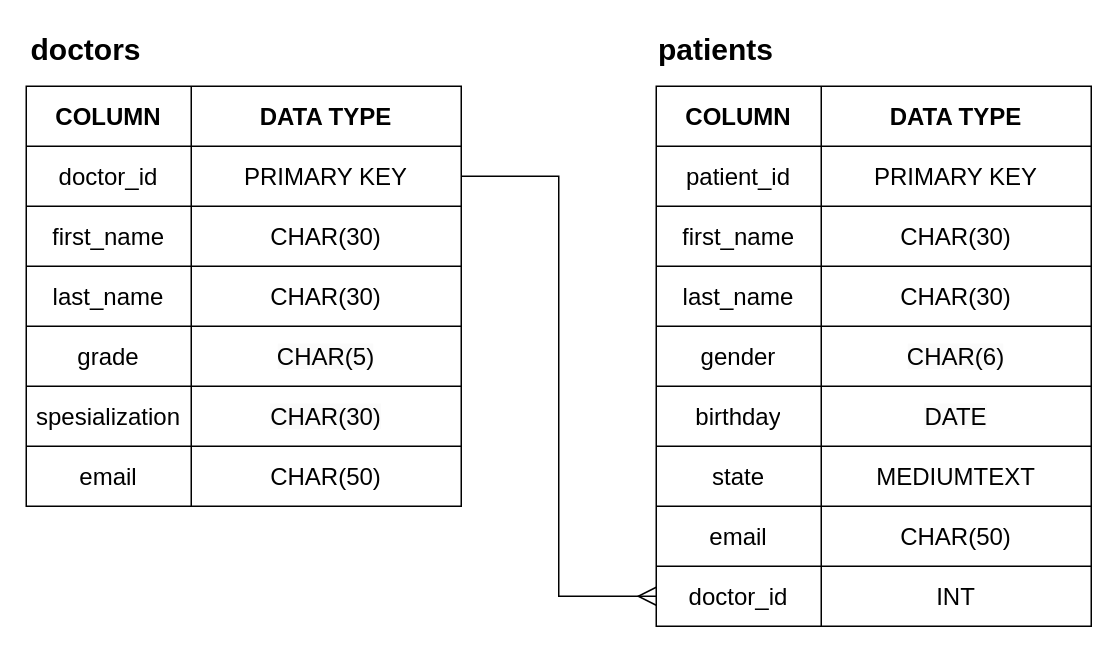
Earlier version of the draw.io diagram page "DB schema" (7 of 7) of documentation/micropeutist drawio.drawio (DmytroY/EPAM_Flask). Source tidied: cells renumbered, new cells numbered last; positions are measured from the earlier drawing's top-left corner, leaving out a move shared by most shapes. Both pictures are drawn from the tidied source at 150%, with x=0, y=0 at pixel (26, 26).
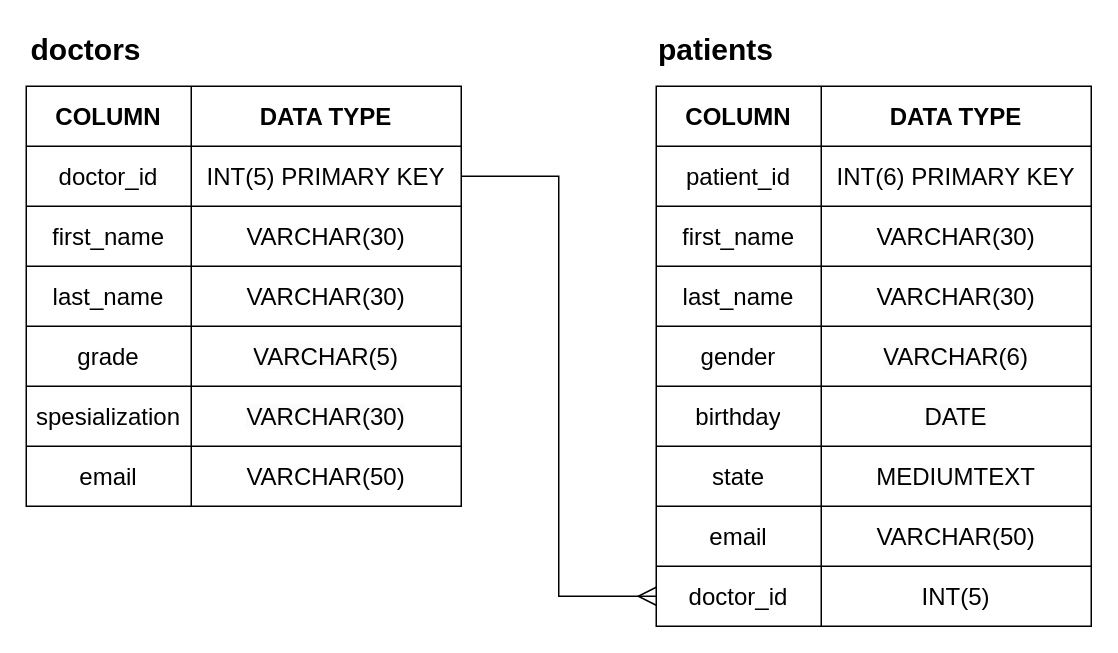
The same diagram, later.

Commit message:
Оновлення micropeutist drawio

Unchanged cells that the change refers to:
```xml
<mxCell id="6" style="shape=tableRow;horizontal=0;startSize=0;swimlaneHead=0;swimlaneBody=0;strokeColor=inherit;top=0;left=0;bottom=0;right=0;fillColor=none;points=[[0,0.5],[1,0.5]];portConstraint=eastwest;fontSize=16;sketch=1;hachureGap=4;jiggle=2;curveFitting=1;fontFamily=Helvetica;" parent="2" vertex="1">
  <mxGeometry y="40" width="290" height="40" as="geometry" />
</mxCell>
<mxCell id="9" style="shape=tableRow;horizontal=0;startSize=0;swimlaneHead=0;swimlaneBody=0;strokeColor=inherit;top=0;left=0;bottom=0;right=0;fillColor=none;fontSize=16;sketch=1;hachureGap=4;jiggle=2;curveFitting=1;fontFamily=Helvetica;" parent="2" vertex="1">
  <mxGeometry y="80" width="290" height="40" as="geometry" />
</mxCell>
<mxCell id="12" style="shape=tableRow;horizontal=0;startSize=0;swimlaneHead=0;swimlaneBody=0;strokeColor=inherit;top=0;left=0;bottom=0;right=0;fillColor=none;fontSize=16;sketch=1;hachureGap=4;jiggle=2;curveFitting=1;fontFamily=Helvetica;" parent="2" vertex="1">
  <mxGeometry y="120" width="290" height="40" as="geometry" />
</mxCell>
<mxCell id="15" style="shape=tableRow;horizontal=0;startSize=0;swimlaneHead=0;swimlaneBody=0;strokeColor=inherit;top=0;left=0;bottom=0;right=0;fillColor=none;fontSize=16;sketch=1;hachureGap=4;jiggle=2;curveFitting=1;fontFamily=Helvetica;" parent="2" vertex="1">
  <mxGeometry y="160" width="290" height="40" as="geometry" />
</mxCell>
<mxCell id="18" style="shape=tableRow;horizontal=0;startSize=0;swimlaneHead=0;swimlaneBody=0;strokeColor=inherit;top=0;left=0;bottom=0;right=0;fillColor=none;fontSize=16;sketch=1;hachureGap=4;jiggle=2;curveFitting=1;fontFamily=Helvetica;" parent="2" vertex="1">
  <mxGeometry y="200" width="290" height="40" as="geometry" />
</mxCell>
<mxCell id="21" style="shape=tableRow;horizontal=0;startSize=0;swimlaneHead=0;swimlaneBody=0;strokeColor=inherit;top=0;left=0;bottom=0;right=0;fillColor=none;fontSize=16;sketch=1;hachureGap=4;jiggle=2;curveFitting=1;fontFamily=Helvetica;" parent="2" vertex="1">
  <mxGeometry y="240" width="290" height="40" as="geometry" />
</mxCell>
<mxCell id="29" style="shape=tableRow;horizontal=0;startSize=0;swimlaneHead=0;swimlaneBody=0;strokeColor=inherit;top=0;left=0;bottom=0;right=0;fillColor=none;fontSize=16;sketch=1;hachureGap=4;jiggle=2;curveFitting=1;fontFamily=Helvetica;" parent="25" vertex="1">
  <mxGeometry y="40" width="290" height="40" as="geometry" />
</mxCell>
<mxCell id="32" style="shape=tableRow;horizontal=0;startSize=0;swimlaneHead=0;swimlaneBody=0;strokeColor=inherit;top=0;left=0;bottom=0;right=0;fillColor=none;fontSize=16;sketch=1;hachureGap=4;jiggle=2;curveFitting=1;fontFamily=Helvetica;" parent="25" vertex="1">
  <mxGeometry y="80" width="290" height="40" as="geometry" />
</mxCell>
<mxCell id="35" style="shape=tableRow;horizontal=0;startSize=0;swimlaneHead=0;swimlaneBody=0;strokeColor=inherit;top=0;left=0;bottom=0;right=0;fillColor=none;fontSize=16;sketch=1;hachureGap=4;jiggle=2;curveFitting=1;fontFamily=Helvetica;" parent="25" vertex="1">
  <mxGeometry y="120" width="290" height="40" as="geometry" />
</mxCell>
<mxCell id="38" style="shape=tableRow;horizontal=0;startSize=0;swimlaneHead=0;swimlaneBody=0;strokeColor=inherit;top=0;left=0;bottom=0;right=0;fillColor=none;fontSize=16;sketch=1;hachureGap=4;jiggle=2;curveFitting=1;fontFamily=Helvetica;" parent="25" vertex="1">
  <mxGeometry y="160" width="290" height="40" as="geometry" />
</mxCell>
<mxCell id="47" style="shape=tableRow;horizontal=0;startSize=0;swimlaneHead=0;swimlaneBody=0;strokeColor=inherit;top=0;left=0;bottom=0;right=0;fillColor=none;fontSize=16;sketch=1;hachureGap=4;jiggle=2;curveFitting=1;fontFamily=Helvetica;" parent="25" vertex="1">
  <mxGeometry y="280" width="290" height="40" as="geometry" />
</mxCell>
<mxCell id="50" style="shape=tableRow;horizontal=0;startSize=0;swimlaneHead=0;swimlaneBody=0;strokeColor=inherit;top=0;left=0;bottom=0;right=0;fillColor=none;points=[[0,0.5],[1,0.5]];portConstraint=eastwest;fontSize=16;sketch=1;hachureGap=4;jiggle=2;curveFitting=1;fontFamily=Helvetica;" parent="25" vertex="1">
  <mxGeometry y="320" width="290" height="40" as="geometry" />
</mxCell>
```

What changed in the source:
```diff
@@
-    <mxCell id="8" value="PRIMARY KEY" style="shape=partialRectangle;html=1;whiteSpace=wrap;strokeColor=inherit;overflow=hidden;fillColor=none;top=0;left=0;bottom=0;right=0;fontSize=16;sketch=1;hachureGap=4;jiggle=2;curveFitting=1;fontFamily=Helvetica;" parent="6" vertex="1">
+    <mxCell id="8" value="INT(5) PRIMARY KEY" style="shape=partialRectangle;html=1;whiteSpace=wrap;strokeColor=inherit;overflow=hidden;fillColor=none;top=0;left=0;bottom=0;right=0;fontSize=16;sketch=1;hachureGap=4;jiggle=2;curveFitting=1;fontFamily=Helvetica;" parent="6" vertex="1">
       <mxGeometry x="110" width="180" height="40" as="geometry" />
     </mxCell>
@@
-    <mxCell id="11" value="CHAR(30)" style="shape=partialRectangle;html=1;whiteSpace=wrap;strokeColor=inherit;overflow=hidden;fillColor=none;top=0;left=0;bottom=0;right=0;fontSize=16;sketch=1;hachureGap=4;jiggle=2;curveFitting=1;fontFamily=Helvetica;" parent="9" vertex="1">
+    <mxCell id="11" value="VARCHAR(30)" style="shape=partialRectangle;html=1;whiteSpace=wrap;strokeColor=inherit;overflow=hidden;fillColor=none;top=0;left=0;bottom=0;right=0;fontSize=16;sketch=1;hachureGap=4;jiggle=2;curveFitting=1;fontFamily=Helvetica;" parent="9" vertex="1">
       <mxGeometry x="110" width="180" height="40" as="geometry" />
     </mxCell>
@@
-    <mxCell id="14" value="CHAR(30)" style="shape=partialRectangle;html=1;whiteSpace=wrap;strokeColor=inherit;overflow=hidden;fillColor=none;top=0;left=0;bottom=0;right=0;fontSize=16;sketch=1;hachureGap=4;jiggle=2;curveFitting=1;fontFamily=Helvetica;" parent="12" vertex="1">
+    <mxCell id="14" value="VARCHAR(30)" style="shape=partialRectangle;html=1;whiteSpace=wrap;strokeColor=inherit;overflow=hidden;fillColor=none;top=0;left=0;bottom=0;right=0;fontSize=16;sketch=1;hachureGap=4;jiggle=2;curveFitting=1;fontFamily=Helvetica;" parent="12" vertex="1">
       <mxGeometry x="110" width="180" height="40" as="geometry" />
     </mxCell>
@@
-    <mxCell id="17" value="&lt;span style=&quot;color: rgb(0, 0, 0); font-family: Helvetica; font-size: 16px; font-style: normal; font-variant-ligatures: normal; font-variant-caps: normal; font-weight: 400; letter-spacing: normal; orphans: 2; text-align: center; text-indent: 0px; text-transform: none; widows: 2; word-spacing: 0px; -webkit-text-stroke-width: 0px; background-color: rgb(251, 251, 251); text-decoration-thickness: initial; text-decoration-style: initial; text-decoration-color: initial; float: none; display: inline !important;&quot;&gt;CHAR(5)&lt;/span&gt;" style="shape=partialRectangle;html=1;whiteSpace=wrap;strokeColor=inherit;overflow=hidden;fillColor=none;top=0;left=0;bottom=0;right=0;fontSize=16;sketch=1;hachureGap=4;jiggle=2;curveFitting=1;fontFamily=Helvetica;" parent="15" vertex="1">
+    <mxCell id="17" value="&lt;span style=&quot;color: rgb(0, 0, 0); font-family: Helvetica; font-size: 16px; font-style: normal; font-variant-ligatures: normal; font-variant-caps: normal; font-weight: 400; letter-spacing: normal; orphans: 2; text-align: center; text-indent: 0px; text-transform: none; widows: 2; word-spacing: 0px; -webkit-text-stroke-width: 0px; background-color: rgb(251, 251, 251); text-decoration-thickness: initial; text-decoration-style: initial; text-decoration-color: initial; float: none; display: inline !important;&quot;&gt;VARCHAR(5)&lt;/span&gt;" style="shape=partialRectangle;html=1;whiteSpace=wrap;strokeColor=inherit;overflow=hidden;fillColor=none;top=0;left=0;bottom=0;right=0;fontSize=16;sketch=1;hachureGap=4;jiggle=2;curveFitting=1;fontFamily=Helvetica;" parent="15" vertex="1">
       <mxGeometry x="110" width="180" height="40" as="geometry" />
     </mxCell>
@@
-    <mxCell id="20" value="&lt;span style=&quot;color: rgb(0, 0, 0); font-family: Helvetica; font-size: 16px; font-style: normal; font-variant-ligatures: normal; font-variant-caps: normal; font-weight: 400; letter-spacing: normal; orphans: 2; text-align: center; text-indent: 0px; text-transform: none; widows: 2; word-spacing: 0px; -webkit-text-stroke-width: 0px; background-color: rgb(251, 251, 251); text-decoration-thickness: initial; text-decoration-style: initial; text-decoration-color: initial; float: none; display: inline !important;&quot;&gt;CHAR(30)&lt;/span&gt;" style="shape=partialRectangle;html=1;whiteSpace=wrap;strokeColor=inherit;overflow=hidden;fillColor=none;top=0;left=0;bottom=0;right=0;fontSize=16;sketch=1;hachureGap=4;jiggle=2;curveFitting=1;fontFamily=Helvetica;" parent="18" vertex="1">
+    <mxCell id="20" value="&lt;span style=&quot;color: rgb(0, 0, 0); font-family: Helvetica; font-size: 16px; font-style: normal; font-variant-ligatures: normal; font-variant-caps: normal; font-weight: 400; letter-spacing: normal; orphans: 2; text-align: center; text-indent: 0px; text-transform: none; widows: 2; word-spacing: 0px; -webkit-text-stroke-width: 0px; background-color: rgb(251, 251, 251); text-decoration-thickness: initial; text-decoration-style: initial; text-decoration-color: initial; float: none; display: inline !important;&quot;&gt;VARCHAR(30)&lt;/span&gt;" style="shape=partialRectangle;html=1;whiteSpace=wrap;strokeColor=inherit;overflow=hidden;fillColor=none;top=0;left=0;bottom=0;right=0;fontSize=16;sketch=1;hachureGap=4;jiggle=2;curveFitting=1;fontFamily=Helvetica;" parent="18" vertex="1">
       <mxGeometry x="110" width="180" height="40" as="geometry" />
     </mxCell>
@@
-    <mxCell id="23" value="CHAR(50)" style="shape=partialRectangle;html=1;whiteSpace=wrap;strokeColor=inherit;overflow=hidden;fillColor=none;top=0;left=0;bottom=0;right=0;fontSize=16;sketch=1;hachureGap=4;jiggle=2;curveFitting=1;fontFamily=Helvetica;" parent="21" vertex="1">
+    <mxCell id="23" value="VARCHAR(50)" style="shape=partialRectangle;html=1;whiteSpace=wrap;strokeColor=inherit;overflow=hidden;fillColor=none;top=0;left=0;bottom=0;right=0;fontSize=16;sketch=1;hachureGap=4;jiggle=2;curveFitting=1;fontFamily=Helvetica;" parent="21" vertex="1">
       <mxGeometry x="110" width="180" height="40" as="geometry" />
     </mxCell>
@@
-    <mxCell id="31" value="PRIMARY KEY" style="shape=partialRectangle;html=1;whiteSpace=wrap;strokeColor=inherit;overflow=hidden;fillColor=none;top=0;left=0;bottom=0;right=0;fontSize=16;sketch=1;hachureGap=4;jiggle=2;curveFitting=1;fontFamily=Helvetica;" parent="29" vertex="1">
+    <mxCell id="31" value="INT(6) PRIMARY KEY" style="shape=partialRectangle;html=1;whiteSpace=wrap;strokeColor=inherit;overflow=hidden;fillColor=none;top=0;left=0;bottom=0;right=0;fontSize=16;sketch=1;hachureGap=4;jiggle=2;curveFitting=1;fontFamily=Helvetica;" parent="29" vertex="1">
       <mxGeometry x="110" width="180" height="40" as="geometry" />
     </mxCell>
@@
-    <mxCell id="34" value="CHAR(30)" style="shape=partialRectangle;html=1;whiteSpace=wrap;strokeColor=inherit;overflow=hidden;fillColor=none;top=0;left=0;bottom=0;right=0;fontSize=16;sketch=1;hachureGap=4;jiggle=2;curveFitting=1;fontFamily=Helvetica;" parent="32" vertex="1">
+    <mxCell id="34" value="VARCHAR(30)" style="shape=partialRectangle;html=1;whiteSpace=wrap;strokeColor=inherit;overflow=hidden;fillColor=none;top=0;left=0;bottom=0;right=0;fontSize=16;sketch=1;hachureGap=4;jiggle=2;curveFitting=1;fontFamily=Helvetica;" parent="32" vertex="1">
       <mxGeometry x="110" width="180" height="40" as="geometry" />
     </mxCell>
@@
-    <mxCell id="37" value="CHAR(30)" style="shape=partialRectangle;html=1;whiteSpace=wrap;strokeColor=inherit;overflow=hidden;fillColor=none;top=0;left=0;bottom=0;right=0;fontSize=16;sketch=1;hachureGap=4;jiggle=2;curveFitting=1;fontFamily=Helvetica;" parent="35" vertex="1">
+    <mxCell id="37" value="VARCHAR(30)" style="shape=partialRectangle;html=1;whiteSpace=wrap;strokeColor=inherit;overflow=hidden;fillColor=none;top=0;left=0;bottom=0;right=0;fontSize=16;sketch=1;hachureGap=4;jiggle=2;curveFitting=1;fontFamily=Helvetica;" parent="35" vertex="1">
       <mxGeometry x="110" width="180" height="40" as="geometry" />
     </mxCell>
@@
-    <mxCell id="40" value="&lt;span style=&quot;color: rgb(0, 0, 0); font-family: Helvetica; font-size: 16px; font-style: normal; font-variant-ligatures: normal; font-variant-caps: normal; font-weight: 400; letter-spacing: normal; orphans: 2; text-align: center; text-indent: 0px; text-transform: none; widows: 2; word-spacing: 0px; -webkit-text-stroke-width: 0px; background-color: rgb(251, 251, 251); text-decoration-thickness: initial; text-decoration-style: initial; text-decoration-color: initial; float: none; display: inline !important;&quot;&gt;CHAR(6)&lt;/span&gt;" style="shape=partialRectangle;html=1;whiteSpace=wrap;strokeColor=inherit;overflow=hidden;fillColor=none;top=0;left=0;bottom=0;right=0;fontSize=16;sketch=1;hachureGap=4;jiggle=2;curveFitting=1;fontFamily=Helvetica;" parent="38" vertex="1">
+    <mxCell id="40" value="&lt;span style=&quot;color: rgb(0, 0, 0); font-family: Helvetica; font-size: 16px; font-style: normal; font-variant-ligatures: normal; font-variant-caps: normal; font-weight: 400; letter-spacing: normal; orphans: 2; text-align: center; text-indent: 0px; text-transform: none; widows: 2; word-spacing: 0px; -webkit-text-stroke-width: 0px; background-color: rgb(251, 251, 251); text-decoration-thickness: initial; text-decoration-style: initial; text-decoration-color: initial; float: none; display: inline !important;&quot;&gt;VARCHAR(6)&lt;/span&gt;" style="shape=partialRectangle;html=1;whiteSpace=wrap;strokeColor=inherit;overflow=hidden;fillColor=none;top=0;left=0;bottom=0;right=0;fontSize=16;sketch=1;hachureGap=4;jiggle=2;curveFitting=1;fontFamily=Helvetica;" parent="38" vertex="1">
       <mxGeometry x="110" width="180" height="40" as="geometry" />
     </mxCell>
@@
-    <mxCell id="49" value="CHAR(50)" style="shape=partialRectangle;html=1;whiteSpace=wrap;strokeColor=inherit;overflow=hidden;fillColor=none;top=0;left=0;bottom=0;right=0;fontSize=16;sketch=1;hachureGap=4;jiggle=2;curveFitting=1;fontFamily=Helvetica;" parent="47" vertex="1">
+    <mxCell id="49" value="VARCHAR(50)" style="shape=partialRectangle;html=1;whiteSpace=wrap;strokeColor=inherit;overflow=hidden;fillColor=none;top=0;left=0;bottom=0;right=0;fontSize=16;sketch=1;hachureGap=4;jiggle=2;curveFitting=1;fontFamily=Helvetica;" parent="47" vertex="1">
       <mxGeometry x="110" width="180" height="40" as="geometry" />
     </mxCell>
@@
-    <mxCell id="52" value="INT" style="shape=partialRectangle;html=1;whiteSpace=wrap;strokeColor=inherit;overflow=hidden;fillColor=none;top=0;left=0;bottom=0;right=0;fontSize=16;sketch=1;hachureGap=4;jiggle=2;curveFitting=1;fontFamily=Helvetica;" parent="50" vertex="1">
+    <mxCell id="52" value="INT(5)" style="shape=partialRectangle;html=1;whiteSpace=wrap;strokeColor=inherit;overflow=hidden;fillColor=none;top=0;left=0;bottom=0;right=0;fontSize=16;sketch=1;hachureGap=4;jiggle=2;curveFitting=1;fontFamily=Helvetica;" parent="50" vertex="1">
       <mxGeometry x="110" width="180" height="40" as="geometry" />
     </mxCell>
```
